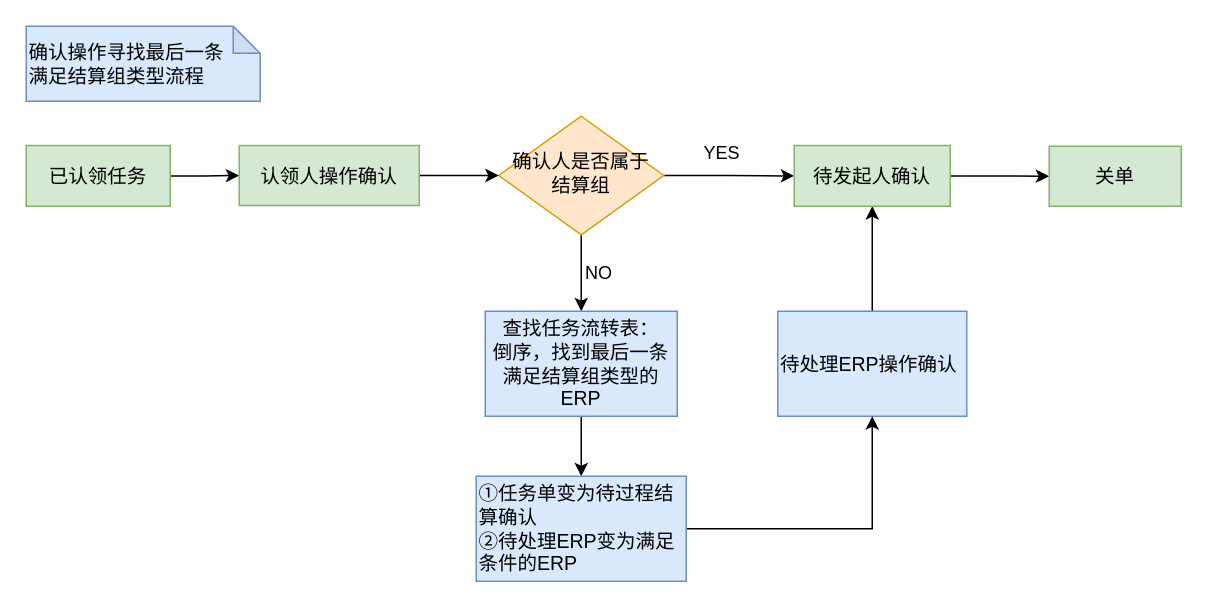
The draw.io diagram page "寻找确认结算组" (2 of 4) of 信航中心.drawio in satcon/MyBlog, before the edit. Source tidied: cells renumbered, new cells numbered last; positions are measured from the earlier drawing's top-left corner, leaving out a move shared by most shapes. Both pictures are drawn from the tidied source at 150%, with x=0, y=0 at pixel (26, 26).
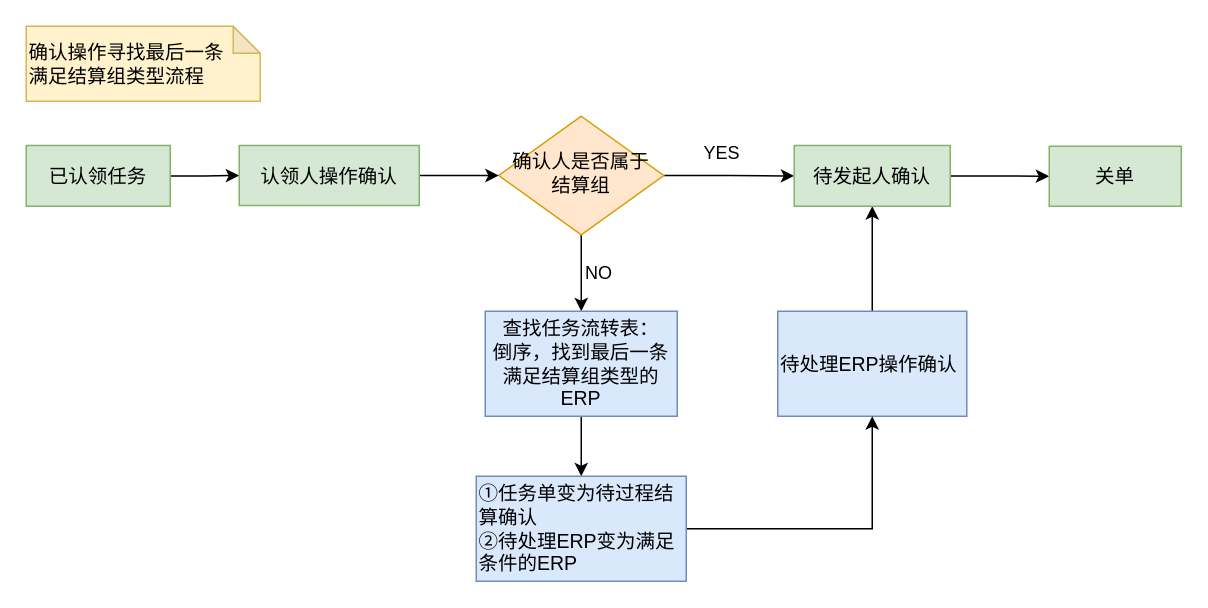
Above is the later version.

What changed in the source:
```diff
@@
-    <mxCell id="18" value="确认操作寻找最后一条&lt;br&gt;满足结算组类型流程" style="shape=note;whiteSpace=wrap;html=1;backgroundOutline=1;darkOpacity=0.05;rounded=0;flipH=0;flipV=0;size=18;fillColor=#dae8fc;strokeColor=#6c8ebf;fontSize=13;align=left;spacing=2;spacingTop=0;spacingBottom=0;" parent="1" vertex="1">
+    <mxCell id="18" value="确认操作寻找最后一条&lt;br&gt;满足结算组类型流程" style="shape=note;whiteSpace=wrap;html=1;backgroundOutline=1;darkOpacity=0.05;rounded=0;flipH=0;flipV=0;size=18;fillColor=#fff2cc;strokeColor=#d6b656;fontSize=13;align=left;spacing=2;spacingTop=0;spacingBottom=0;" parent="1" vertex="1">
       <mxGeometry width="156" height="50" as="geometry" />
     </mxCell>
```
